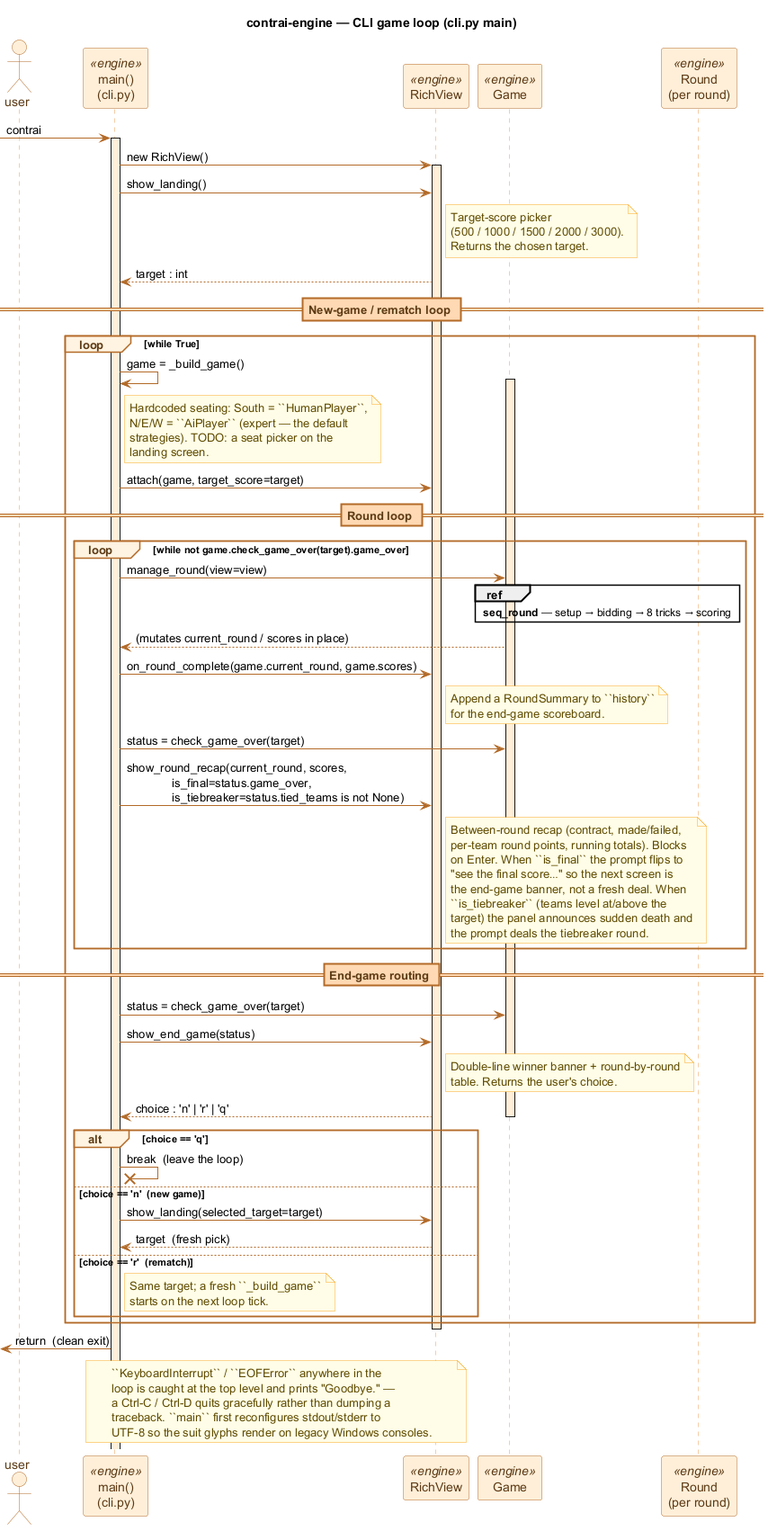
Above: docs/diagrams/seq_cli.png in valmathieu/ContrAI (PlantUML), before the change. The source it was exported from:
```plantuml
@startuml seq_cli
title contrai-engine — CLI game loop (cli.py main)

skinparam shadowing false
skinparam sequence {
    ArrowColor #B26A28
    LifeLineBorderColor #E89A4F
    LifeLineBackgroundColor #FFEFD9
    ParticipantBorderColor #B26A28
    ParticipantBackgroundColor #FFEFD9
    ParticipantFontColor #5C3A14
    ActorBorderColor #B26A28
    ActorBackgroundColor #FFEFD9
    ActorFontColor #5C3A14
    GroupBorderColor #B26A28
    GroupBackgroundColor #FFF3E0
    GroupHeaderFontColor #5C3A14
    BoxBorderColor #B26A28
    BoxBackgroundColor #FFF3E0
    DividerBorderColor #B26A28
    DividerBackgroundColor #FFD9B3
    DividerFontColor #5C3A14
}
skinparam note {
    BackgroundColor #FFFDE7
    BorderColor #F9A825
    FontColor #5F4B00
}

actor "user" as U
participant "main()\n(cli.py)" as M <<engine>>
participant "RichView" as V <<engine>>
participant "Game" as G <<engine>>
participant "Round\n(per round)" as R <<engine>>

[-> M : contrai
activate M

M -> V : new RichView()
activate V
M -> V : show_landing()
note right of V
  Target-score picker
  (500 / 1000 / 1500 / 2000 / 3000).
  Returns the chosen target.
end note
V --> M : target : int

== New-game / rematch loop ==

loop while True
    M -> M : game = _build_game()
    activate G
    note right of M
      Hardcoded seating: South = ``HumanPlayer``,
      N/E/W = ``AiPlayer`` (expert — the default
      strategies). TODO: a seat picker on the
      landing screen.
    end note
    M -> V : attach(game, target_score=target)

    == Round loop ==

    loop while not game.check_game_over(target).game_over
        M -> G : manage_round(view=view)
        ref over G, R : **seq_round** — setup → bidding → 8 tricks → scoring
        G --> M : (mutates current_round / scores in place)

        M -> V : on_round_complete(game.current_round, game.scores)
        note right of V
          Append a RoundSummary to ``history``
          for the end-game scoreboard.
        end note

        M -> G : status = check_game_over(target)
        M -> V : show_round_recap(current_round, scores,\n              is_final=status.game_over,\n              is_tiebreaker=status.tied_teams is not None)
        note right of V
          Between-round recap (contract, made/failed,
          per-team round points, running totals). Blocks
          on Enter. When ``is_final`` the prompt flips to
          "see the final score…" so the next screen is
          the end-game banner, not a fresh deal. When
          ``is_tiebreaker`` (teams level at/above the
          target) the panel announces sudden death and
          the prompt deals the tiebreaker round.
        end note
    end

    == End-game routing ==

    M -> G : status = check_game_over(target)
    M -> V : show_end_game(status)
    note right of V
      Double-line winner banner + round-by-round
      table. Returns the user's choice.
    end note
    V --> M : choice : 'n' | 'r' | 'q'
    deactivate G

    alt choice == 'q'
        M ->x M : break  (leave the loop)
    else choice == 'n'  (new game)
        M -> V : show_landing(selected_target=target)
        V --> M : target  (fresh pick)
    else choice == 'r'  (rematch)
        note right of M
          Same target; a fresh ``_build_game``
          starts on the next loop tick.
        end note
    end
end

deactivate V
[<- M : return  (clean exit)

note over M, V
  ``KeyboardInterrupt`` / ``EOFError`` anywhere in the
  loop is caught at the top level and prints "Goodbye." —
  a Ctrl-C / Ctrl-D quits gracefully rather than dumping a
  traceback. ``main`` first reconfigures stdout/stderr to
  UTF-8 so the suit glyphs render on legacy Windows consoles.
end note

@enduml
```
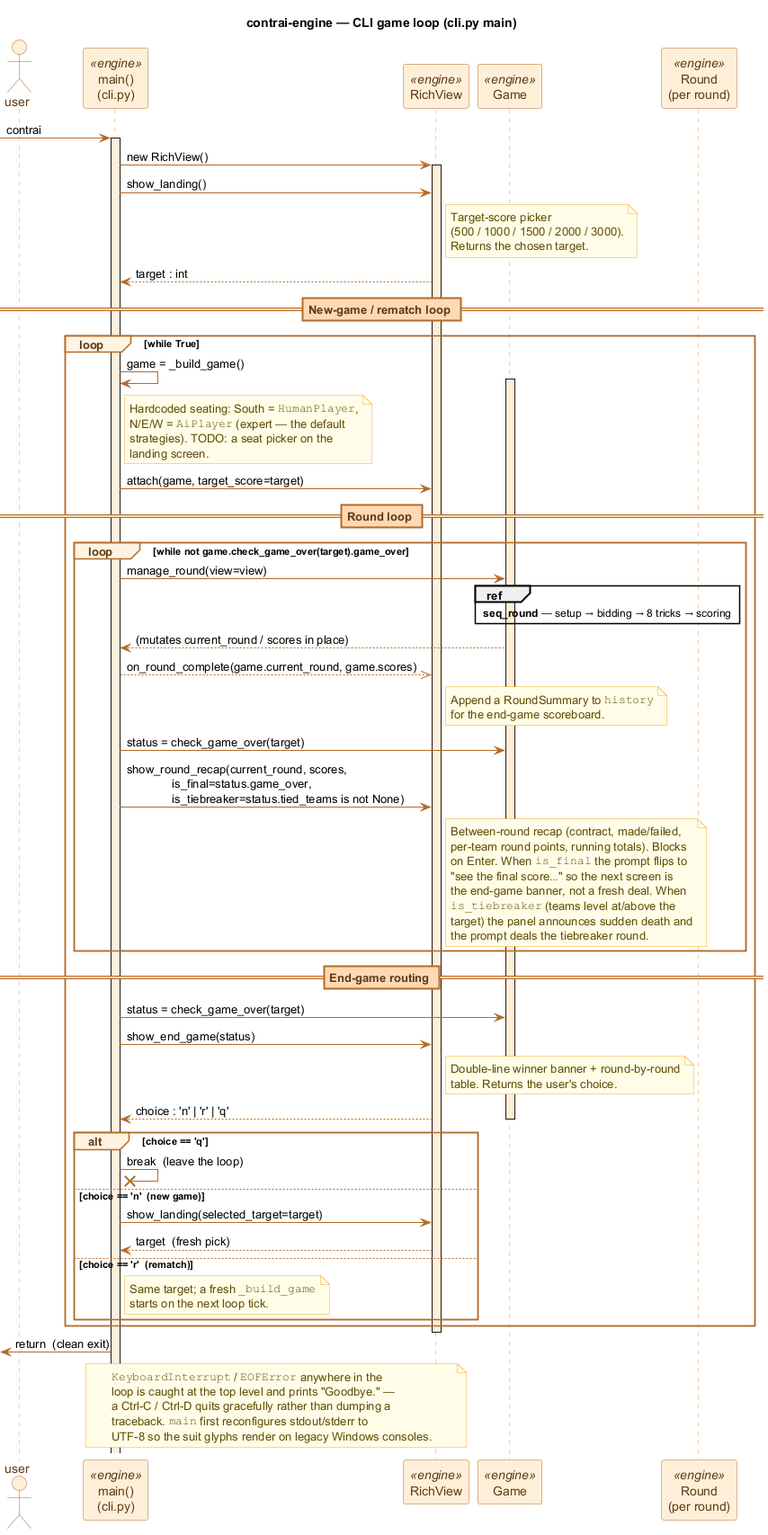
The same diagram one commit later.

Change to the diagram source:
```diff
@@ -52,8 +52,8 @@
     M -> M : game = _build_game()
     activate G
     note right of M
-      Hardcoded seating: South = ``HumanPlayer``,
-      N/E/W = ``AiPlayer`` (expert — the default
+      Hardcoded seating: South = ""HumanPlayer"",
+      N/E/W = ""AiPlayer"" (expert — the default
       strategies). TODO: a seat picker on the
       landing screen.
     end note
@@ -66,9 +66,9 @@
         ref over G, R : **seq_round** — setup → bidding → 8 tricks → scoring
         G --> M : (mutates current_round / scores in place)
 
-        M -> V : on_round_complete(game.current_round, game.scores)
+        M -->> V : on_round_complete(game.current_round, game.scores)
         note right of V
-          Append a RoundSummary to ``history``
+          Append a RoundSummary to ""history""
           for the end-game scoreboard.
         end note
 
@@ -77,10 +77,10 @@
         note right of V
           Between-round recap (contract, made/failed,
           per-team round points, running totals). Blocks
-          on Enter. When ``is_final`` the prompt flips to
+          on Enter. When ""is_final"" the prompt flips to
           "see the final score…" so the next screen is
           the end-game banner, not a fresh deal. When
-          ``is_tiebreaker`` (teams level at/above the
+          ""is_tiebreaker"" (teams level at/above the
           target) the panel announces sudden death and
           the prompt deals the tiebreaker round.
         end note
@@ -104,7 +104,7 @@
         V --> M : target  (fresh pick)
     else choice == 'r'  (rematch)
         note right of M
-          Same target; a fresh ``_build_game``
+          Same target; a fresh ""_build_game""
           starts on the next loop tick.
         end note
     end
@@ -114,10 +114,10 @@
 [<- M : return  (clean exit)
 
 note over M, V
-  ``KeyboardInterrupt`` / ``EOFError`` anywhere in the
+  ""KeyboardInterrupt"" / ""EOFError"" anywhere in the
   loop is caught at the top level and prints "Goodbye." —
   a Ctrl-C / Ctrl-D quits gracefully rather than dumping a
-  traceback. ``main`` first reconfigures stdout/stderr to
+  traceback. ""main"" first reconfigures stdout/stderr to
   UTF-8 so the suit glyphs render on legacy Windows consoles.
 end note
 
```
